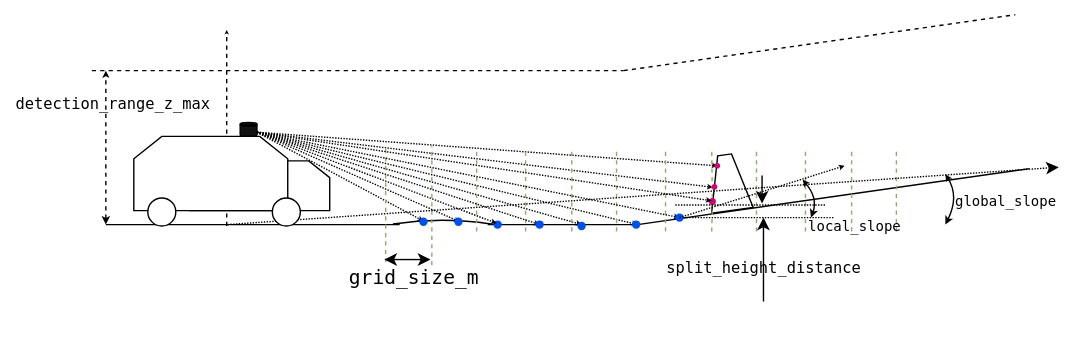
The draw.io diagram perception/ground_segmentation/docs/image/scan_ground_filter_parameters.drawio.svg in autowarefoundation/autoware.universe, before a commit. Source tidied: cells renumbered, new cells last; positions are measured from the earlier drawing's top-left corner, leaving out a move shared by most shapes.
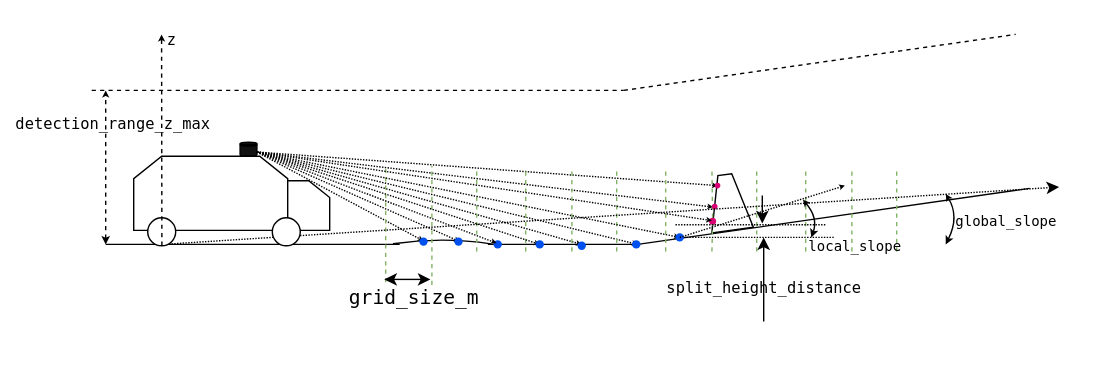
The same file after the commit.

The edit, as a diff of the source:
```diff
@@ -3,7 +3,7 @@
     <mxCell id="0" />
     <mxCell id="1" parent="0" />
     <mxCell id="2" style="rounded=0;whiteSpace=wrap;html=1;strokeColor=none;" parent="1" vertex="1">
-      <mxGeometry x="15" width="740" height="220" as="geometry" />
+      <mxGeometry x="45" y="-14" width="740" height="220" as="geometry" />
     </mxCell>
     <mxCell id="3" style="endArrow=none;html=1;rounded=0;startSize=2;endSize=0;endFill=0;" parent="1" edge="1">
       <mxGeometry relative="1" as="geometry">
@@ -11,12 +11,6 @@
         <mxPoint x="285" y="160" as="targetPoint" />
       </mxGeometry>
     </mxCell>
-    <mxCell id="4" style="endArrow=classic;html=1;rounded=0;dashed=1;endSize=0;" parent="1" edge="1">
-      <mxGeometry relative="1" as="geometry">
-        <mxPoint x="161.4" y="161" as="sourcePoint" />
-        <mxPoint x="161.4" y="21" as="targetPoint" />
-      </mxGeometry>
-    </mxCell>
     <mxCell id="5" style="shape=datastore;whiteSpace=wrap;html=1;fillColor=#121212;" parent="1" vertex="1">
       <mxGeometry x="171" y="87" width="12" height="10" as="geometry" />
     </mxCell>
@@ -209,7 +203,7 @@
     </mxCell>
     <mxCell id="47" style="endArrow=classic;html=1;rounded=0;dashed=1;dashPattern=1 1;" parent="1" edge="1">
       <mxGeometry relative="1" as="geometry">
-        <mxPoint x="162" y="160" as="sourcePoint" />
+        <mxPoint x="116" y="160" as="sourcePoint" />
         <mxPoint x="756" y="119" as="targetPoint" />
       </mxGeometry>
     </mxCell>
@@ -291,5 +285,13 @@
     <mxCell id="63" style="verticalLabelPosition=bottom;verticalAlign=top;html=1;shape=mxgraph.basic.donut;dx=10;" parent="1" vertex="1">
       <mxGeometry x="194" y="141" width="20" height="20" as="geometry" />
     </mxCell>
+    <mxCell id="64" style="endArrow=classic;html=1;rounded=0;dashed=1;endSize=2;endFill=1;startArrow=none;startFill=0;startSize=3;exitX=0.507;exitY=0.994;exitDx=0;exitDy=0;exitPerimeter=0;" parent="1" edge="1" source="62">
+      <mxGeometry relative="1" as="geometry">
+        <mxPoint x="114.9" y="10" as="targetPoint" />
+      </mxGeometry>
+    </mxCell>
+    <mxCell id="65" value="&lt;div style=&quot;font-family: &amp;quot;Droid Sans Mono&amp;quot;, &amp;quot;monospace&amp;quot;, monospace; line-height: 19px;&quot;&gt;&lt;font style=&quot;font-size: 11px;&quot;&gt;z&lt;/font&gt;&lt;/div&gt;" style="text;html=1;align=center;verticalAlign=middle;strokeColor=none;fillColor=none;" parent="1" vertex="1">
+      <mxGeometry x="107" y="-1" width="30" height="30" as="geometry" />
+    </mxCell>
   </root>
 </mxGraphModel>
```
